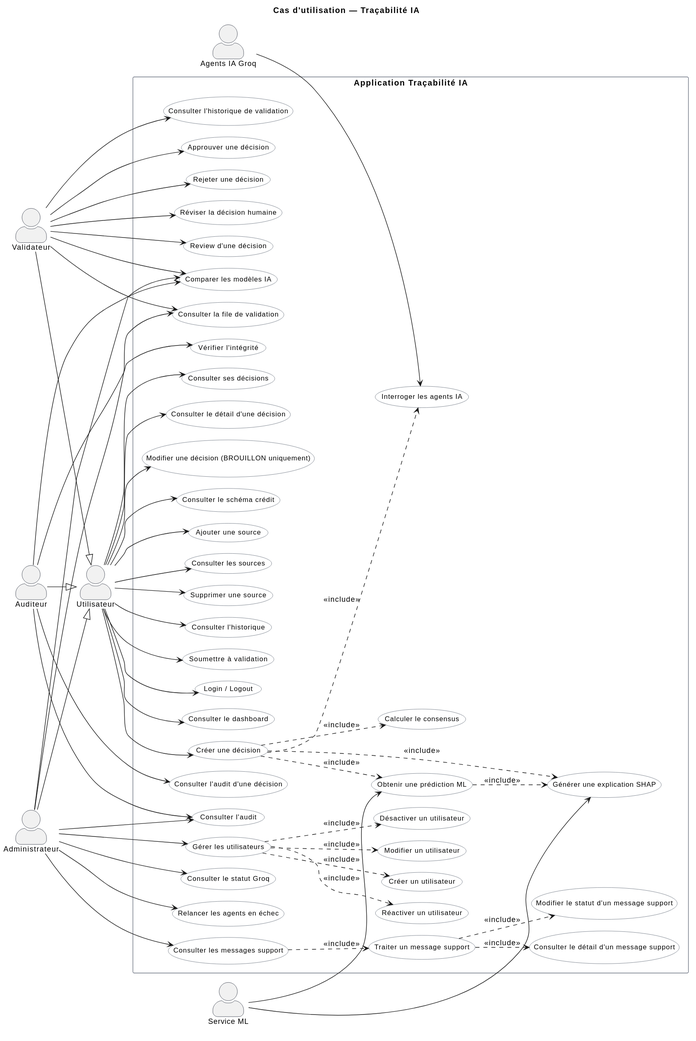
The PlantUML diagram docs/uml/generated/use-case.svg in Yahyafl3/tracabilite-ia, before a commit.
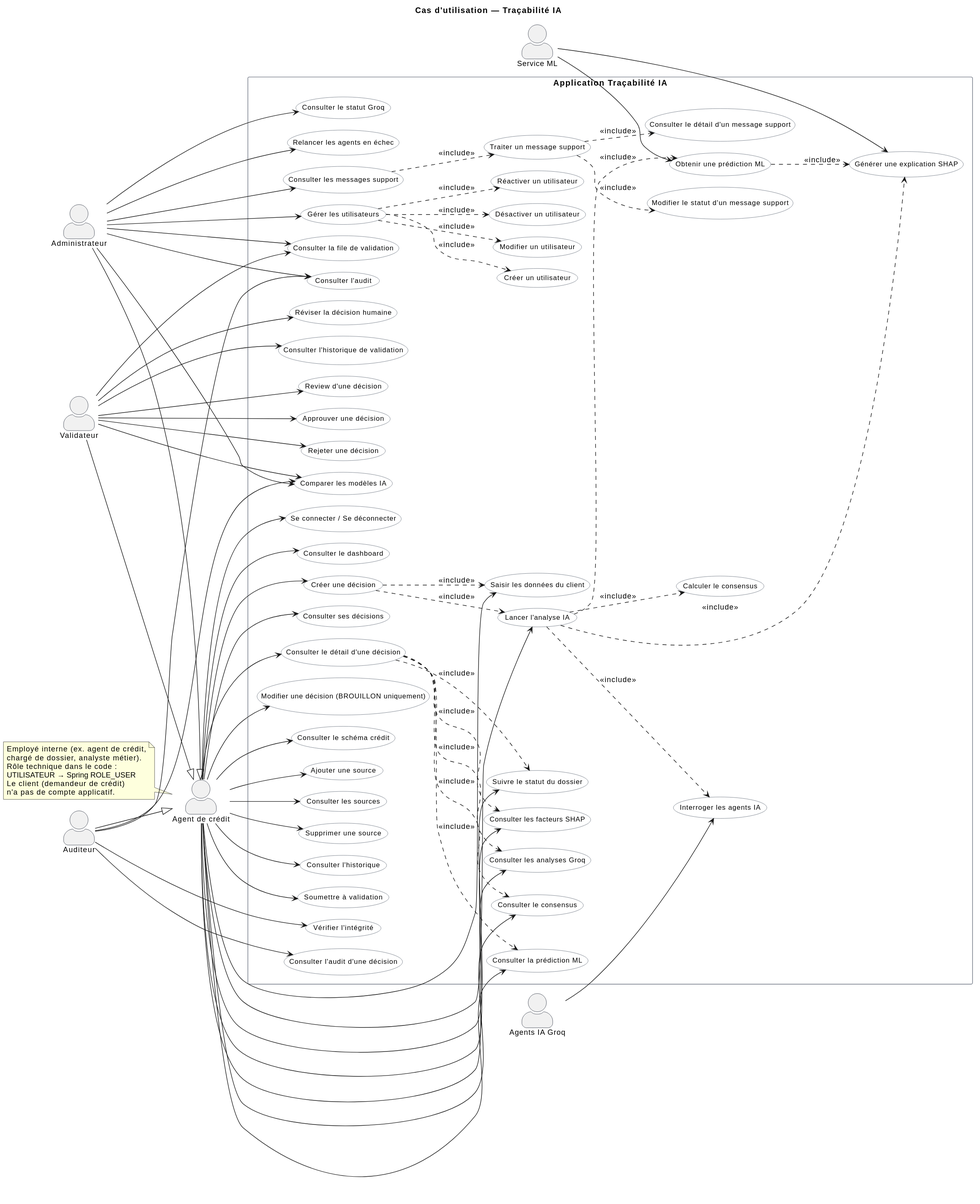
Above is the later version.

The edit, as a diff of the source:
```diff
@@ -26,21 +26,31 @@
 
 title Cas d'utilisation — Traçabilité IA
 
-actor "Utilisateur" as User
+actor "Agent de crédit" as User
 actor "Validateur" as Validator
 actor "Auditeur" as Auditor
 actor "Administrateur" as Admin
 actor "Service ML" as ML
 actor "Agents IA Groq" as Groq
 
+note left of User
+  Employé interne (ex. agent de crédit,
+  chargé de dossier, analyste métier).
+  Rôle technique dans le code :
+  UTILISATEUR → Spring ROLE_USER
+  Le client (demandeur de crédit)
+  n'a pas de compte applicatif.
+end note
+
 Validator --|> User
 Auditor --|> User
 Admin --|> User
 
 rectangle "Application Traçabilité IA" {
-  usecase "Login / Logout" as UC_Login
+  usecase "Se connecter / Se déconnecter" as UC_Login
   usecase "Consulter le dashboard" as UC_Dashboard
   usecase "Créer une décision" as UC_Create
+  usecase "Saisir les données du client" as UC_ClientData
   usecase "Consulter ses décisions" as UC_List
   usecase "Consulter le détail d'une décision" as UC_Detail
   usecase "Modifier une décision (BROUILLON uniquement)" as UC_Update
@@ -50,6 +60,12 @@
   usecase "Supprimer une source" as UC_DelSource
   usecase "Consulter l'historique" as UC_History
   usecase "Soumettre à validation" as UC_Submit
+  usecase "Suivre le statut du dossier" as UC_Status
+  usecase "Lancer l'analyse IA" as UC_Analyze
+  usecase "Consulter la prédiction ML" as UC_ViewML
+  usecase "Consulter les facteurs SHAP" as UC_ViewSHAP
+  usecase "Consulter les analyses Groq" as UC_ViewAgents
+  usecase "Consulter le consensus" as UC_ViewConsensus
   usecase "Obtenir une prédiction ML" as UC_ML
   usecase "Générer une explication SHAP" as UC_SHAP
   usecase "Interroger les agents IA" as UC_Agents
@@ -80,6 +96,7 @@
 User --> UC_Login
 User --> UC_Dashboard
 User --> UC_Create
+User --> UC_ClientData
 User --> UC_List
 User --> UC_Detail
 User --> UC_Update
@@ -89,6 +106,12 @@
 User --> UC_DelSource
 User --> UC_History
 User --> UC_Submit
+User --> UC_Status
+User --> UC_Analyze
+User --> UC_ViewML
+User --> UC_ViewSHAP
+User --> UC_ViewAgents
+User --> UC_ViewConsensus
 
 Validator --> UC_Pending
 Validator --> UC_Approve
@@ -115,11 +138,18 @@
 ML --> UC_SHAP
 Groq --> UC_Agents
 
-UC_Create ..> UC_ML : <<include>>
-UC_Create ..> UC_SHAP : <<include>>
-UC_Create ..> UC_Agents : <<include>>
-UC_Create ..> UC_Consensus : <<include>>
+UC_Create ..> UC_ClientData : <<include>>
+UC_Create ..> UC_Analyze : <<include>>
+UC_Analyze ..> UC_ML : <<include>>
+UC_Analyze ..> UC_SHAP : <<include>>
+UC_Analyze ..> UC_Agents : <<include>>
+UC_Analyze ..> UC_Consensus : <<include>>
 UC_ML ..> UC_SHAP : <<include>>
+UC_Detail ..> UC_ViewML : <<include>>
+UC_Detail ..> UC_ViewSHAP : <<include>>
+UC_Detail ..> UC_ViewAgents : <<include>>
+UC_Detail ..> UC_ViewConsensus : <<include>>
+UC_Detail ..> UC_Status : <<include>>
 
 UC_Users ..> UC_CreateUser : <<include>>
 UC_Users ..> UC_UpdateUser : <<include>>
```
